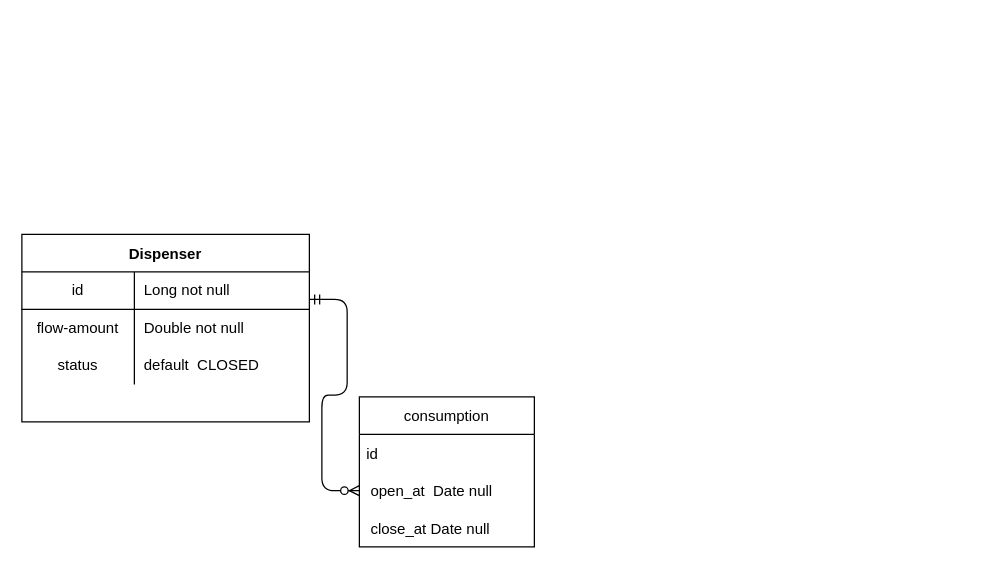
KevinSDJ/BeerTapDispenser keeps this draw.io diagram as uml.drawio. Above is the earlier version. Source tidied: cells renumbered, new cells numbered last; positions are measured from the earlier drawing's top-left corner, leaving out a move shared by most shapes. Both pictures are drawn from the tidied source at 125%, with x=0, y=0 at pixel (21, 234).
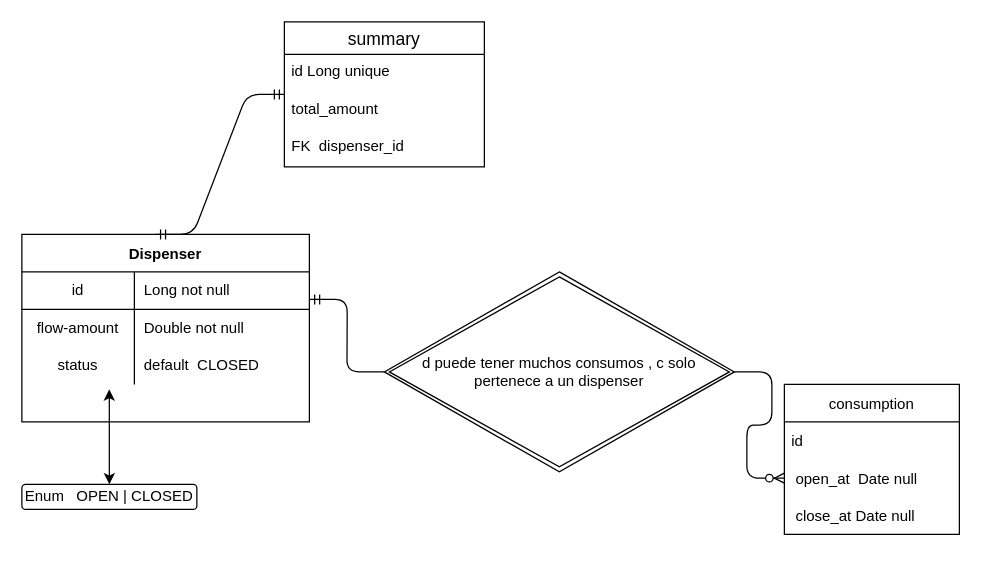
The same page after the edit.

The change refers to these unchanged cells:
```xml
<mxCell id="2" value="Dispenser" style="shape=table;startSize=30;childLayout=tableLayout;rowLines=0;fontStyle=1;align=center;" parent="1" vertex="1">
  <mxGeometry width="230" height="150" as="geometry" />
</mxCell>
<mxCell id="3" style="shape=partialRectangle;html=1;whiteSpace=wrap;fillColor=none;top=0;left=0;bottom=1;right=0;points=[[0,0.5],[1,0.5]];portConstraint=eastwest;" parent="2" vertex="1">
  <mxGeometry y="30" width="230" height="30" as="geometry" />
</mxCell>
<mxCell id="9" style="shape=partialRectangle;html=1;whiteSpace=wrap;fillColor=none;top=0;left=0;bottom=0;right=0;points=[[0,0.5],[1,0.5]];portConstraint=eastwest;" parent="2" vertex="1">
  <mxGeometry y="90" width="230" height="30" as="geometry" />
</mxCell>
<mxCell id="14" value=" open_at  Date null" style="text;strokeColor=none;fillColor=none;align=left;verticalAlign=middle;spacingLeft=4;spacingRight=4;overflow=hidden;points=[[0,0.5],[1,0.5]];portConstraint=eastwest;" parent="12" vertex="1">
  <mxGeometry y="60" width="140" height="30" as="geometry" />
</mxCell>
```

What changed in the source:
```diff
@@
     <mxCell id="12" value="consumption" style="swimlane;fontStyle=0;horizontal=1;startSize=30;" parent="1" vertex="1">
-      <mxGeometry x="270" y="130" width="140" height="120" as="geometry" />
+      <mxGeometry x="610" y="120" width="140" height="120" as="geometry" />
     </mxCell>
@@
-    <mxCell id="16" style="edgeStyle=entityRelationEdgeStyle;fontSize=12;html=1;endArrow=ERzeroToMany;startArrow=ERmandOne;exitX=1.001;exitY=0.734;exitDx=0;exitDy=0;exitPerimeter=0;entryX=0;entryY=0.5;entryDx=0;entryDy=0;" parent="1" edge="1" source="3" target="14">
+    <mxCell id="16" style="edgeStyle=entityRelationEdgeStyle;fontSize=12;html=1;endArrow=ERzeroToMany;startArrow=none;exitX=1;exitY=0.5;exitDx=0;exitDy=0;entryX=0;entryY=0.5;entryDx=0;entryDy=0;" parent="1" edge="1" source="24" target="14">
       <mxGeometry relative="1" as="geometry" />
     </mxCell>
+    <mxCell id="17" style="edgeStyle=entityRelationEdgeStyle;fontSize=12;html=1;endArrow=ERmandOne;startArrow=ERmandOne;exitX=0.465;exitY=0;exitDx=0;exitDy=0;exitPerimeter=0;" parent="1" edge="1" source="2" target="18">
+      <mxGeometry relative="1" as="geometry" />
+    </mxCell>
+    <mxCell id="18" value="summary" style="swimlane;fontStyle=0;horizontal=1;startSize=26;align=center;fontSize=14;" parent="1" vertex="1">
+      <mxGeometry x="210" y="-170" width="160" height="116" as="geometry" />
+    </mxCell>
+    <mxCell id="19" value="id Long unique" style="text;strokeColor=none;fillColor=none;spacingLeft=4;spacingRight=4;overflow=hidden;fontSize=12;" parent="18" vertex="1">
+      <mxGeometry y="26" width="160" height="30" as="geometry" />
+    </mxCell>
+    <mxCell id="20" value="total_amount" style="text;strokeColor=none;fillColor=none;spacingLeft=4;spacingRight=4;overflow=hidden;fontSize=12;" parent="18" vertex="1">
+      <mxGeometry y="56" width="160" height="30" as="geometry" />
+    </mxCell>
+    <mxCell id="21" value="FK  dispenser_id" style="text;strokeColor=none;fillColor=none;spacingLeft=4;spacingRight=4;overflow=hidden;fontSize=12;" parent="18" vertex="1">
+      <mxGeometry y="86" width="160" height="30" as="geometry" />
+    </mxCell>
+    <mxCell id="22" style="endArrow=classic;startArrow=classic;html=1;exitX=0.304;exitY=1.133;exitDx=0;exitDy=0;exitPerimeter=0;" parent="1" edge="1" source="9" target="23">
+      <mxGeometry relative="1" as="geometry" />
+    </mxCell>
+    <mxCell id="23" value="Enum&amp;nbsp; &amp;nbsp;OPEN | CLOSED" style="rounded=1;whiteSpace=wrap;html=1;" parent="1" vertex="1">
+      <mxGeometry y="200" width="140" height="20" as="geometry" />
+    </mxCell>
+    <mxCell id="24" value="&lt;font style=&quot;font-size: 12px&quot;&gt;&lt;font style=&quot;font-size: 12px&quot;&gt;d puede tener muchos consumos , c solo pertenece a un dispense&lt;/font&gt;r&lt;/font&gt;" style="shape=rhombus;double=1;perimeter=rhombusPerimeter;whiteSpace=wrap;html=1;align=center;" parent="1" vertex="1">
+      <mxGeometry x="290" y="30" width="280" height="160" as="geometry" />
+    </mxCell>
+    <mxCell id="25" style="edgeStyle=entityRelationEdgeStyle;fontSize=12;html=1;endArrow=none;startArrow=ERmandOne;exitX=1.001;exitY=0.734;exitDx=0;exitDy=0;exitPerimeter=0;entryX=0;entryY=0.5;entryDx=0;entryDy=0;" parent="1" edge="1" source="3" target="24">
+      <mxGeometry relative="1" as="geometry" />
+    </mxCell>
```
